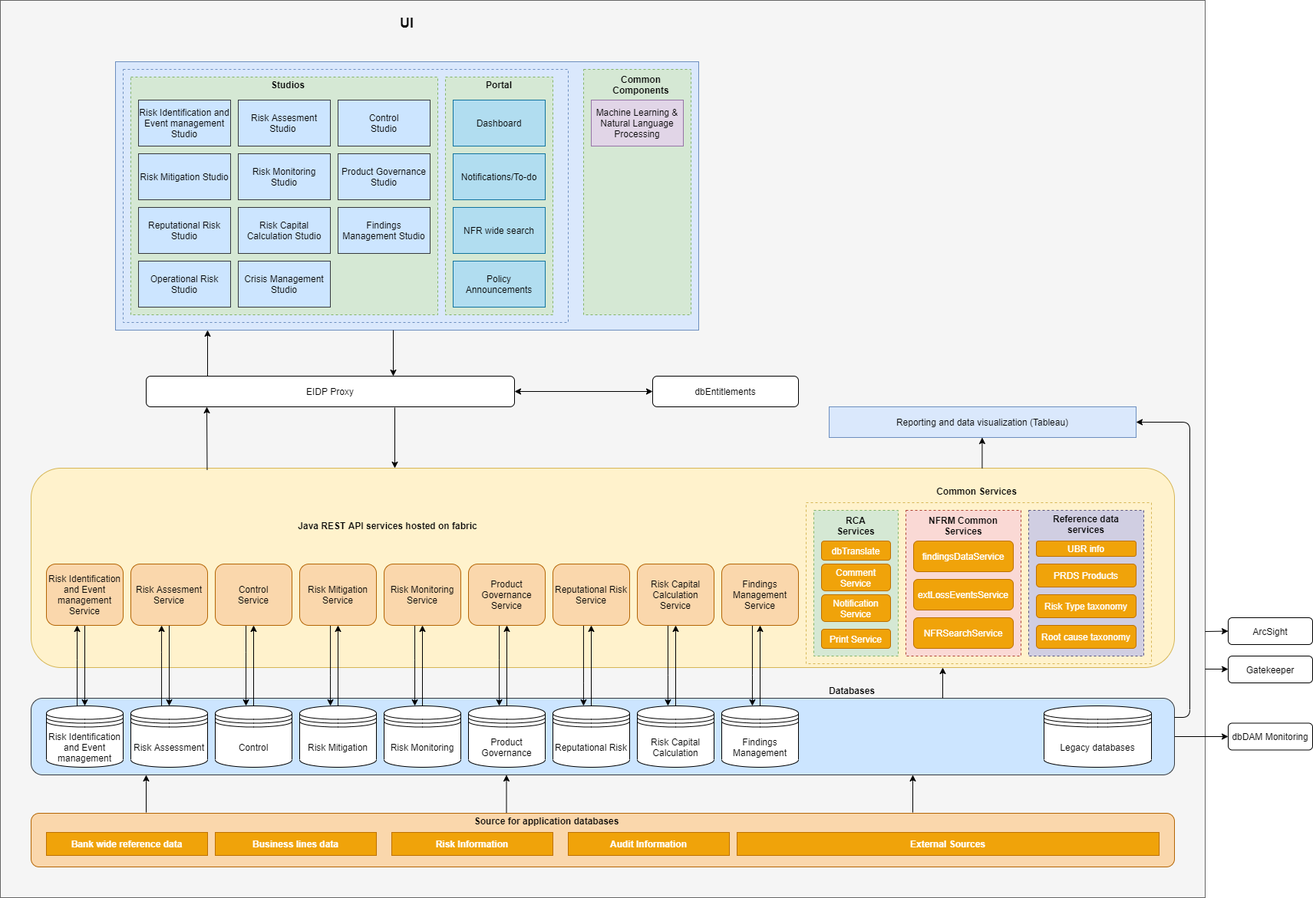
Before: dbfuse/technical architecture.png, a diagram exported from draw.io (kothawaderupesh/draw.io-diagrams). Source tidied: cells renumbered, new cells last; positions are measured from the earlier drawing's top-left corner, leaving out a move shared by most shapes.
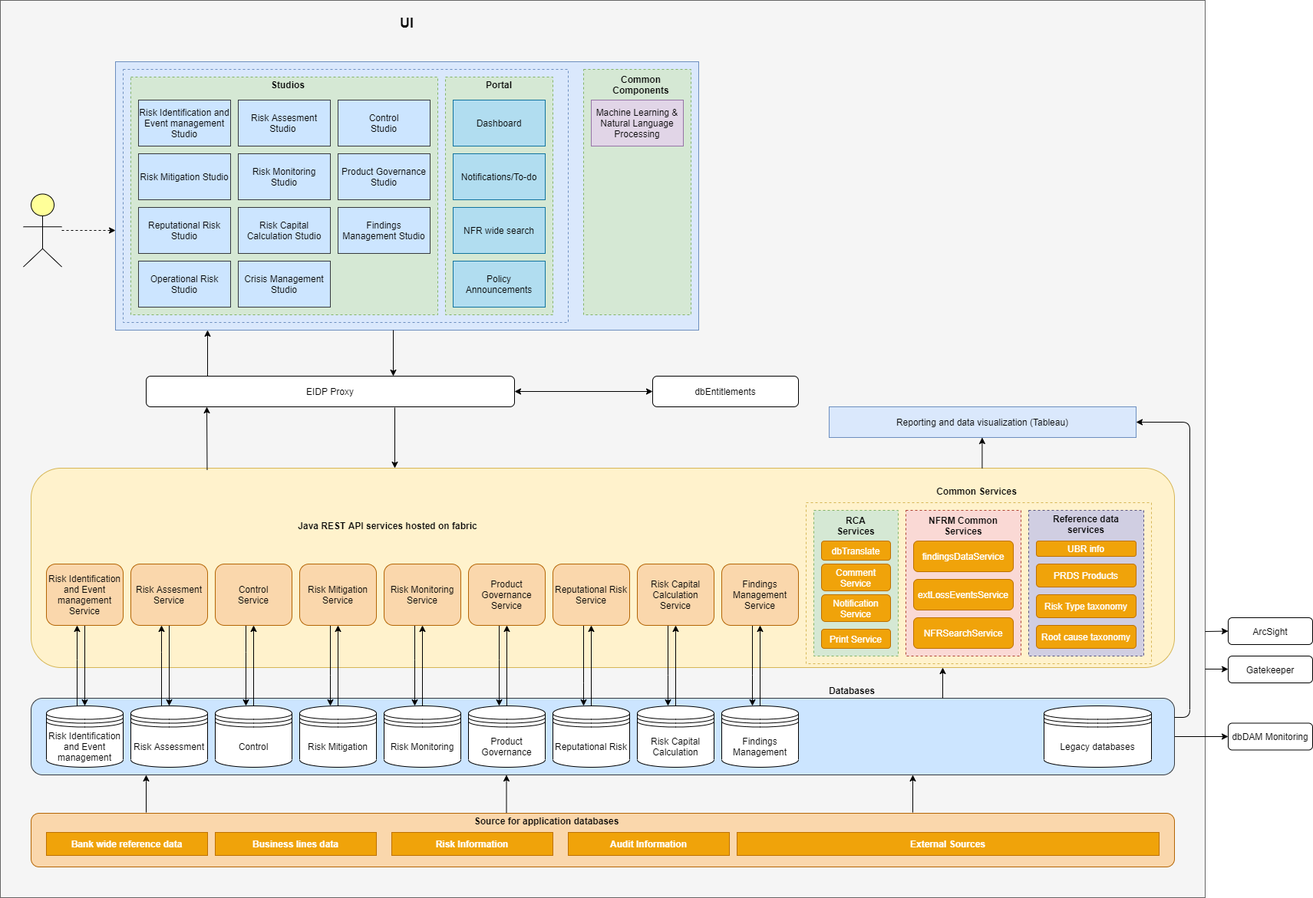
After the change.

Change to the diagram source:
```diff
@@ -423,5 +423,17 @@
         </Array>
       </mxGeometry>
     </mxCell>
+    <mxCell id="115" style="edgeStyle=orthogonalEdgeStyle;rounded=0;jettySize=auto;html=1;dashed=1;" parent="1" edge="1" source="116">
+      <mxGeometry relative="1" as="geometry">
+        <mxPoint x="150" y="300" as="targetPoint" />
+        <Array as="points">
+          <mxPoint x="120" y="300" />
+          <mxPoint x="120" y="300" />
+        </Array>
+      </mxGeometry>
+    </mxCell>
+    <mxCell id="116" style="html=1;whiteSpace=wrap;fillColor=#ffff99;shape=mxgraph.archimate3.actor;fontSize=14;" parent="1" vertex="1">
+      <mxGeometry x="30" y="252.5" width="50" height="95" as="geometry" />
+    </mxCell>
   </root>
 </mxGraphModel>
```
